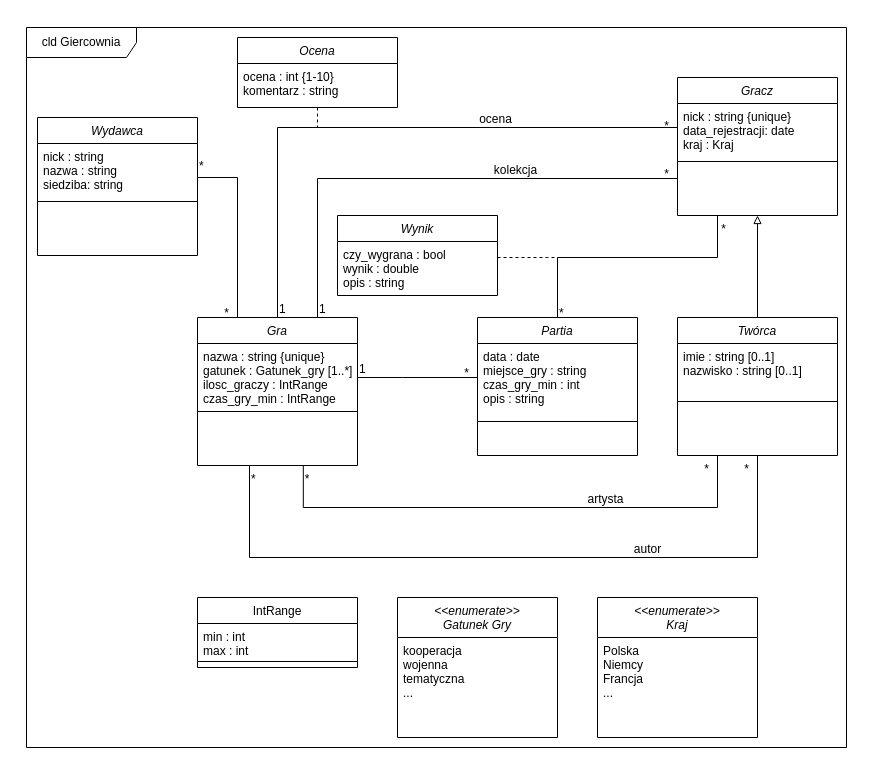
Earlier version of the draw.io diagram MP0/tin_zaoczne_18c_s17524_model.drawio (BielinskiLukasz/TIN). Source tidied: cells renumbered, new cells numbered last; positions are measured from the earlier drawing's top-left corner, leaving out a move shared by most shapes. Both pictures are drawn from the tidied source at 100%, with x=0, y=0 at pixel (17, 17).
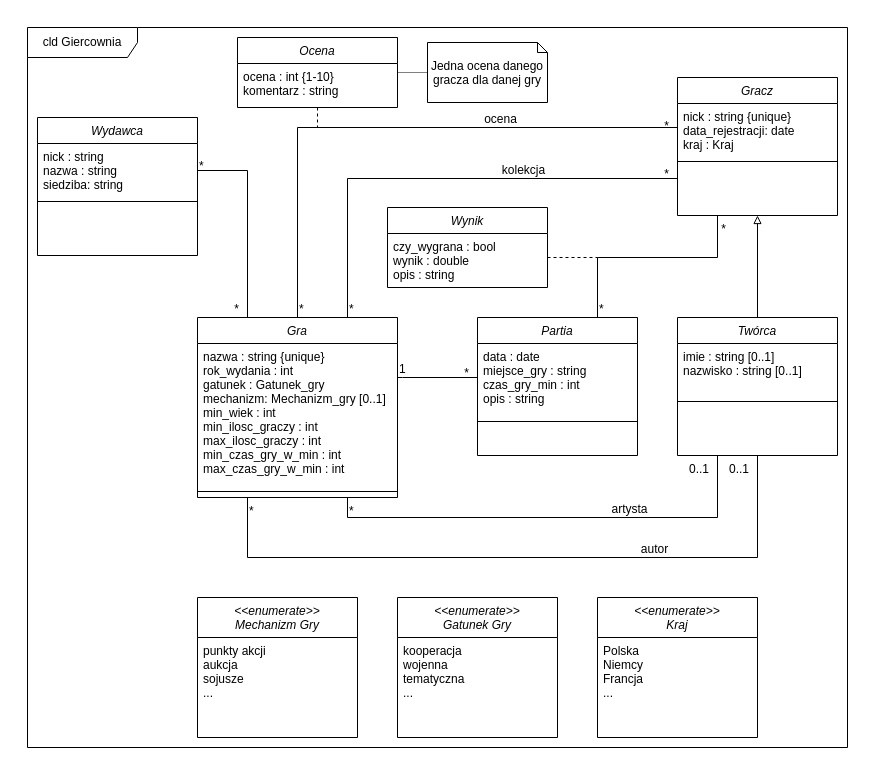
Above is the later version.

Unchanged cells that the change refers to:
```xml
<mxCell id="13" value="Partia" style="swimlane;fontStyle=2;align=center;verticalAlign=top;horizontal=1;startSize=26;rounded=0;shadow=0;strokeWidth=1;" parent="1" vertex="1">
  <mxGeometry x="460" y="300" width="160" height="138" as="geometry" />
</mxCell>
<mxCell id="16" value="Gracz" style="swimlane;fontStyle=2;align=center;verticalAlign=top;horizontal=1;startSize=26;rounded=0;shadow=0;strokeWidth=1;" parent="1" vertex="1">
  <mxGeometry x="660" y="60" width="160" height="138" as="geometry" />
</mxCell>
<mxCell id="24" value="nick : string&#10;nazwa : string&#10;siedziba: string" style="text;align=left;verticalAlign=top;spacingLeft=4;spacingRight=4;overflow=hidden;points=[[0,0.5],[1,0.5]];portConstraint=eastwest;" parent="23" vertex="1">
  <mxGeometry y="26" width="160" height="54" as="geometry" />
</mxCell>
<mxCell id="27" value="czy_wygrana : bool&#10;wynik : double&#10;opis : string" style="text;align=left;verticalAlign=top;spacingLeft=4;spacingRight=4;overflow=hidden;points=[[0,0.5],[1,0.5]];portConstraint=eastwest;" parent="26" vertex="1">
  <mxGeometry y="26" width="160" height="44" as="geometry" />
</mxCell>
<mxCell id="34" style="endArrow=none;shadow=0;strokeWidth=1;rounded=0;endFill=0;edgeStyle=elbowEdgeStyle;elbow=vertical;exitX=0.75;exitY=0;exitDx=0;exitDy=0;entryX=0;entryY=0.5;entryDx=0;entryDy=0;" parent="1" edge="1" source="4">
  <mxGeometry x="0.5" y="41" relative="1" as="geometry">
    <mxPoint x="660" y="161" as="targetPoint" />
    <Array as="points">
      <mxPoint x="360" y="161" />
    </Array>
    <mxPoint x="-40" y="32" as="offset" />
  </mxGeometry>
</mxCell>
<mxCell id="38" style="endArrow=none;shadow=0;strokeWidth=1;rounded=0;endFill=0;edgeStyle=elbowEdgeStyle;elbow=vertical;exitX=0.5;exitY=0;exitDx=0;exitDy=0;entryX=0;entryY=0.5;entryDx=0;entryDy=0;" parent="1" edge="1" source="4" target="17">
  <mxGeometry x="0.5" y="41" relative="1" as="geometry">
    <Array as="points">
      <mxPoint x="350" y="110" />
      <mxPoint x="350" y="113" />
    </Array>
    <mxPoint x="-40" y="32" as="offset" />
  </mxGeometry>
</mxCell>
<mxCell id="43" value="Twórca" style="swimlane;fontStyle=2;align=center;verticalAlign=top;horizontal=1;startSize=26;rounded=0;shadow=0;strokeWidth=1;" parent="1" vertex="1">
  <mxGeometry x="660" y="300" width="160" height="138" as="geometry" />
</mxCell>
```

What changed in the source:
```diff
@@
     <mxCell id="3" value="cld Giercownia" style="shape=umlFrame;whiteSpace=wrap;html=1;width=110;height=30;" parent="1" vertex="1">
-      <mxGeometry x="9" y="10" width="820" height="720" as="geometry" />
+      <mxGeometry x="10" y="10" width="820" height="720" as="geometry" />
     </mxCell>
     <mxCell id="4" value="Gra" style="swimlane;fontStyle=2;align=center;verticalAlign=top;horizontal=1;startSize=26;rounded=0;shadow=0;strokeWidth=1;" parent="1" vertex="1">
-      <mxGeometry x="180" y="300" width="160" height="148" as="geometry" />
+      <mxGeometry x="180" y="300" width="200" height="180" as="geometry" />
     </mxCell>
-    <mxCell id="5" value="nazwa : string {unique}&#10;gatunek : Gatunek_gry [1..*]&#10;ilosc_graczy : IntRange&#10;czas_gry_min : IntRange" style="text;align=left;verticalAlign=top;spacingLeft=4;spacingRight=4;overflow=hidden;" parent="4" vertex="1">
-      <mxGeometry y="26" width="160" height="64" as="geometry" />
+    <mxCell id="5" value="nazwa : string {unique}&#10;rok_wydania : int&#10;gatunek : Gatunek_gry&#10;mechanizm: Mechanizm_gry [0..1]&#10;min_wiek : int&#10;min_ilosc_graczy : int&#10;max_ilosc_graczy : int&#10;min_czas_gry_w_min : int&#10;max_czas_gry_w_min : int" style="text;align=left;verticalAlign=top;spacingLeft=4;spacingRight=4;overflow=hidden;" parent="4" vertex="1">
+      <mxGeometry y="26" width="200" height="144" as="geometry" />
     </mxCell>
     <mxCell id="6" style="line;html=1;strokeWidth=1;align=left;verticalAlign=middle;spacingTop=-1;spacingLeft=3;spacingRight=3;labelPosition=right;" parent="4" vertex="1">
-      <mxGeometry y="90" width="160" height="8" as="geometry" />
+      <mxGeometry y="170" width="200" height="8" as="geometry" />
     </mxCell>
-    <mxCell id="7" value="IntRange" style="swimlane;fontStyle=0;align=center;verticalAlign=top;horizontal=1;startSize=26;rounded=0;shadow=0;strokeWidth=1;" parent="1" vertex="1">
-      <mxGeometry x="180" y="580" width="160" height="70" as="geometry" />
-    </mxCell>
-    <mxCell id="8" value="min : int&#10;max : int" style="text;align=left;verticalAlign=top;spacingLeft=4;spacingRight=4;overflow=hidden;" parent="7" vertex="1">
-      <mxGeometry y="26" width="160" height="34" as="geometry" />
-    </mxCell>
-    <mxCell id="9" style="line;html=1;strokeWidth=1;align=left;verticalAlign=middle;spacingTop=-1;spacingLeft=3;spacingRight=3;labelPosition=right;" parent="7" vertex="1">
-      <mxGeometry y="60" width="160" height="8" as="geometry" />
-    </mxCell>
@@
     <mxCell id="26" value="Wynik" style="swimlane;fontStyle=2;align=center;verticalAlign=top;horizontal=1;startSize=26;rounded=0;shadow=0;strokeWidth=1;" parent="1" vertex="1">
-      <mxGeometry x="320" y="198" width="160" height="80" as="geometry" />
+      <mxGeometry x="370" y="190" width="160" height="80" as="geometry" />
     </mxCell>
@@
     <mxCell id="28" style="endArrow=none;shadow=0;strokeWidth=1;rounded=0;endFill=0;edgeStyle=elbowEdgeStyle;elbow=vertical;exitX=1;exitY=0.5;exitDx=0;exitDy=0;entryX=0.25;entryY=0;entryDx=0;entryDy=0;" parent="1" edge="1" source="24" target="4">
       <mxGeometry x="0.5" y="41" relative="1" as="geometry">
         <Array as="points">
-          <mxPoint x="110" y="160" />
+          <mxPoint x="210" y="153" />
           <mxPoint x="90" y="153" />
           <mxPoint x="100" y="160" />
         </Array>
         <mxPoint x="-40" y="32" as="offset" />
       </mxGeometry>
     </mxCell>
@@
     <mxCell id="30" value="*" style="align=right;verticalAlign=bottom;labelBackgroundColor=none;fontSize=12;" parent="28" vertex="1">
       <mxGeometry x="1" relative="1" as="geometry">
-        <mxPoint x="-7" y="4" as="offset" />
+        <mxPoint x="-7" y="0.1" as="offset" />
       </mxGeometry>
     </mxCell>
-    <mxCell id="31" style="endArrow=none;shadow=0;strokeWidth=1;rounded=0;endFill=0;edgeStyle=elbowEdgeStyle;elbow=vertical;exitX=0.5;exitY=0;exitDx=0;exitDy=0;entryX=0.25;entryY=1;entryDx=0;entryDy=0;" parent="1" edge="1" source="13" target="16">
+    <mxCell id="31" style="endArrow=none;shadow=0;strokeWidth=1;rounded=0;endFill=0;edgeStyle=elbowEdgeStyle;elbow=vertical;exitX=0.75;exitY=0;exitDx=0;exitDy=0;entryX=0.25;entryY=1;entryDx=0;entryDy=0;" parent="1" edge="1" source="13" target="16">
       <mxGeometry x="0.5" y="41" relative="1" as="geometry">
         <Array as="points">
           <mxPoint x="640" y="240" />
         </Array>
         <mxPoint x="-40" y="32" as="offset" />
       </mxGeometry>
     </mxCell>
     <mxCell id="32" value="*" style="align=left;verticalAlign=bottom;labelBackgroundColor=none;fontSize=12;" parent="31" vertex="1">
-      <mxGeometry x="-1" relative="1" as="geometry">
-        <mxPoint y="4" as="offset" />
-      </mxGeometry>
+      <mxGeometry x="-1" relative="1" as="geometry" />
     </mxCell>
@@
-    <mxCell id="35" value="1" style="align=left;verticalAlign=bottom;labelBackgroundColor=none;fontSize=12;" parent="34" vertex="1">
+    <mxCell id="35" value="*" style="align=left;verticalAlign=bottom;labelBackgroundColor=none;fontSize=12;" parent="34" vertex="1">
       <mxGeometry x="-1" relative="1" as="geometry" />
     </mxCell>
@@
-    <mxCell id="39" value="1" style="align=left;verticalAlign=bottom;labelBackgroundColor=none;fontSize=12;" parent="38" vertex="1">
+    <mxCell id="39" value="*" style="align=left;verticalAlign=bottom;labelBackgroundColor=none;fontSize=12;" parent="38" vertex="1">
       <mxGeometry x="-1" relative="1" as="geometry" />
     </mxCell>
@@
-    <mxCell id="46" style="edgeStyle=orthogonalEdgeStyle;rounded=0;jettySize=auto;html=1;exitX=1;exitY=0.5;exitDx=0;exitDy=0;endArrow=none;endFill=0;dashed=1;" parent="1" edge="1" source="27">
+    <mxCell id="46" style="edgeStyle=orthogonalEdgeStyle;rounded=0;orthogonalLoop=1;jettySize=auto;html=1;endArrow=none;endFill=0;dashed=1;" parent="1" edge="1">
       <mxGeometry relative="1" as="geometry">
-        <mxPoint x="540" y="240" as="targetPoint" />
+        <mxPoint x="530" y="240" as="sourcePoint" />
+        <mxPoint x="580" y="240" as="targetPoint" />
         <Array as="points">
-          <mxPoint x="480" y="240" />
           <mxPoint x="530" y="240" />
         </Array>
       </mxGeometry>
     </mxCell>
@@
-    <mxCell id="50" style="endArrow=none;shadow=0;strokeWidth=1;rounded=0;endFill=0;edgeStyle=elbowEdgeStyle;elbow=vertical;exitX=0.661;exitY=1.01;exitDx=0;exitDy=0;entryX=0.25;entryY=1;entryDx=0;entryDy=0;exitPerimeter=0;" parent="1" edge="1" target="43">
+    <mxCell id="50" style="endArrow=none;shadow=0;strokeWidth=1;rounded=0;endFill=0;edgeStyle=elbowEdgeStyle;elbow=vertical;exitX=0.75;exitY=1;exitDx=0;exitDy=0;entryX=0.25;entryY=1;entryDx=0;entryDy=0;" parent="1" edge="1" source="4" target="43">
       <mxGeometry x="0.5" y="41" relative="1" as="geometry">
-        <mxPoint x="285.8" y="448.5" as="sourcePoint" />
         <Array as="points">
-          <mxPoint x="520" y="490" />
+          <mxPoint x="520" y="500" />
         </Array>
         <mxPoint x="-40" y="32" as="offset" />
       </mxGeometry>
     </mxCell>
@@
-    <mxCell id="52" value="*" style="align=right;verticalAlign=bottom;labelBackgroundColor=none;fontSize=12;" parent="50" vertex="1">
+    <mxCell id="52" value="0..1" style="align=right;verticalAlign=bottom;labelBackgroundColor=none;fontSize=12;" parent="50" vertex="1">
       <mxGeometry x="1" relative="1" as="geometry">
         <mxPoint x="-7" y="22.3" as="offset" />
       </mxGeometry>
     </mxCell>
@@
-    <mxCell id="54" style="endArrow=none;shadow=0;strokeWidth=1;rounded=0;endFill=0;edgeStyle=elbowEdgeStyle;elbow=vertical;entryX=0.5;entryY=1;entryDx=0;entryDy=0;exitX=0.325;exitY=1;exitDx=0;exitDy=0;exitPerimeter=0;" parent="1" edge="1" target="43">
+    <mxCell id="54" style="endArrow=none;shadow=0;strokeWidth=1;rounded=0;endFill=0;edgeStyle=elbowEdgeStyle;elbow=vertical;entryX=0.5;entryY=1;entryDx=0;entryDy=0;exitX=0.25;exitY=1;exitDx=0;exitDy=0;" parent="1" edge="1" source="4" target="43">
       <mxGeometry x="0.5" y="41" relative="1" as="geometry">
-        <mxPoint x="232" y="448" as="sourcePoint" />
         <Array as="points">
           <mxPoint x="480" y="540" />
         </Array>
         <mxPoint x="-40" y="32" as="offset" />
       </mxGeometry>
     </mxCell>
@@
-    <mxCell id="56" value="*" style="align=right;verticalAlign=bottom;labelBackgroundColor=none;fontSize=12;" parent="54" vertex="1">
+    <mxCell id="56" value="0..1" style="align=right;verticalAlign=bottom;labelBackgroundColor=none;fontSize=12;" parent="54" vertex="1">
       <mxGeometry x="1" relative="1" as="geometry">
         <mxPoint x="-7" y="22.3" as="offset" />
       </mxGeometry>
     </mxCell>
@@
+    <mxCell id="58" value="&lt;&lt;enumerate&gt;&gt;&#10;Mechanizm Gry" style="swimlane;fontStyle=2;align=center;verticalAlign=top;horizontal=1;startSize=40;rounded=0;shadow=0;strokeWidth=1;" parent="1" vertex="1">
+      <mxGeometry x="180" y="580" width="160" height="140" as="geometry" />
+    </mxCell>
+    <mxCell id="59" value="punkty akcji&#10;aukcja&#10;sojusze&#10;..." style="text;align=left;verticalAlign=top;spacingLeft=4;spacingRight=4;overflow=hidden;" parent="58" vertex="1">
+      <mxGeometry y="40" width="160" height="100" as="geometry" />
+    </mxCell>
+    <mxCell id="60" style="edgeStyle=orthogonalEdgeStyle;rounded=0;jettySize=auto;html=1;endArrow=none;endFill=0;dashed=1;dashPattern=1 1;" parent="1" edge="1" source="61">
+      <mxGeometry relative="1" as="geometry">
+        <mxPoint x="380" y="55" as="targetPoint" />
+        <Array as="points">
+          <mxPoint x="380" y="55" />
+        </Array>
+      </mxGeometry>
+    </mxCell>
+    <mxCell id="61" value="Jedna ocena danego gracza dla danej gry" style="shape=note2;boundedLbl=1;whiteSpace=wrap;html=1;size=10;verticalAlign=top;align=center;" parent="1" vertex="1">
+      <mxGeometry x="410" y="25" width="120" height="60" as="geometry" />
+    </mxCell>
```
